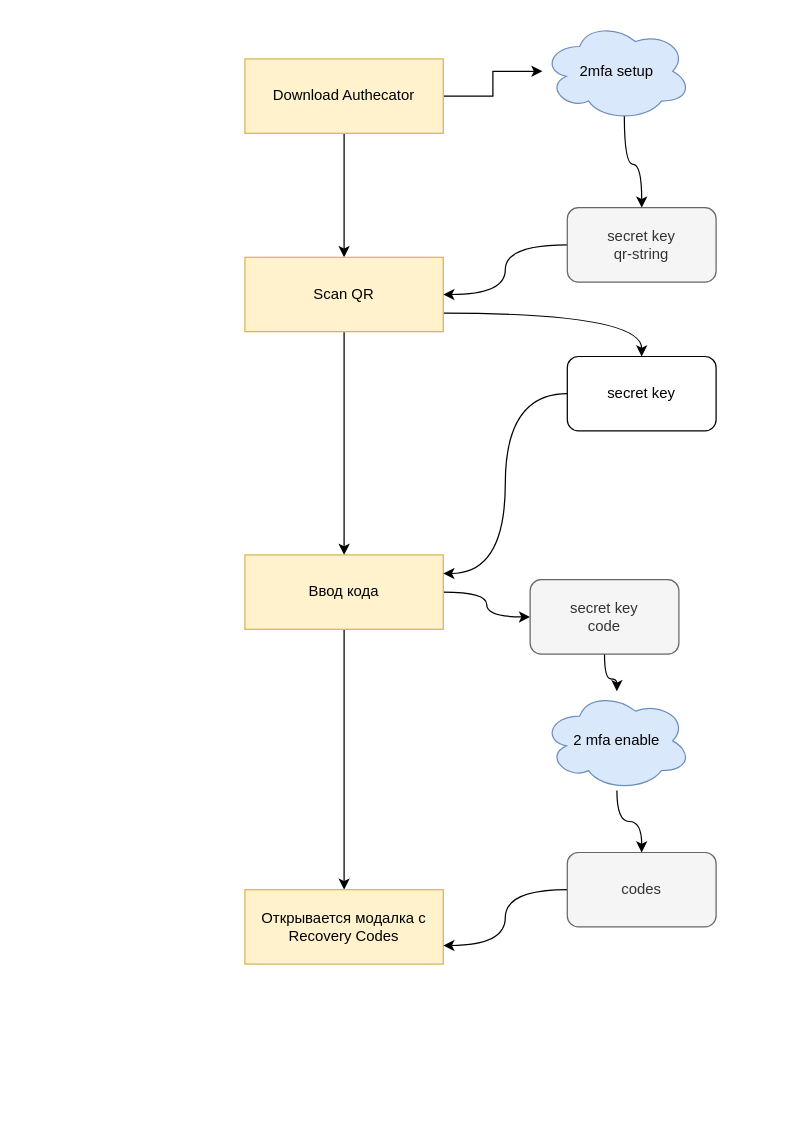
The draw.io diagram page "flow 2FA" (2 of 2) of NG.drawio in Leonif/diagrams, before the edit. Source tidied: cells renumbered, new cells numbered last; positions are measured from the earlier drawing's top-left corner, leaving out a move shared by most shapes. Both pictures are drawn from the tidied source at 124%, with x=0, y=0 at pixel (244, 21).
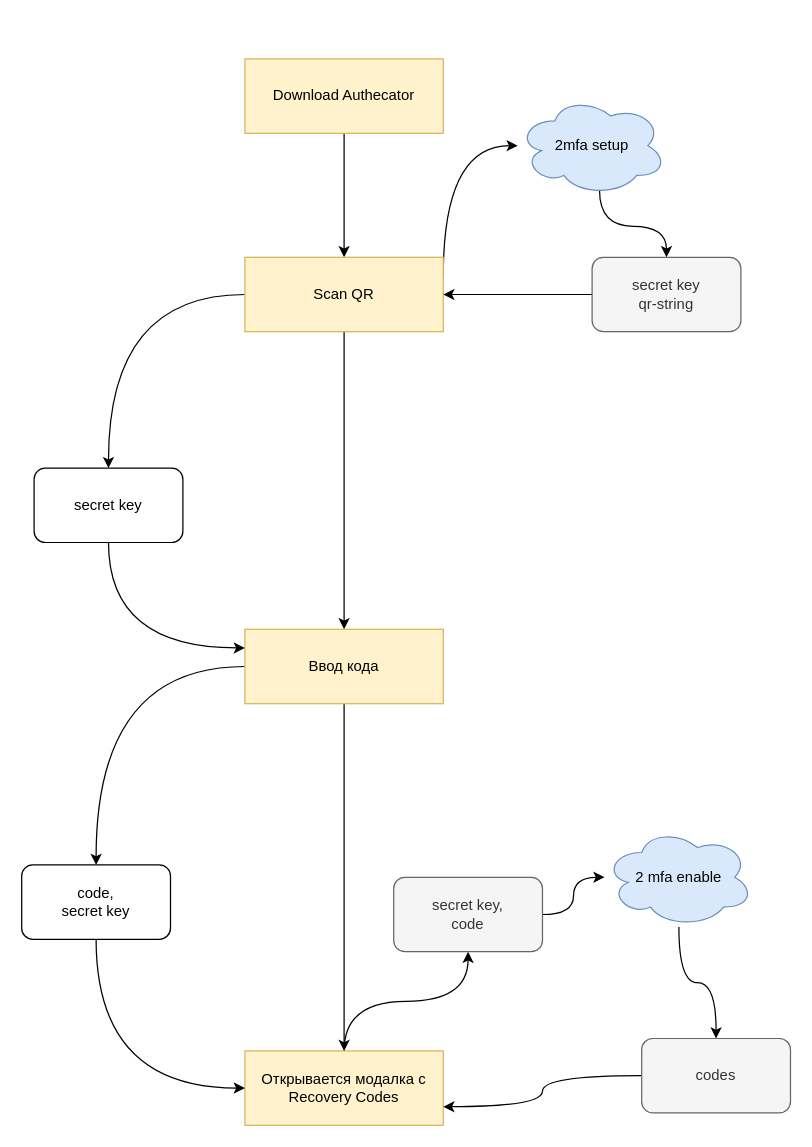
The same diagram, later.

The change refers to these unchanged cells:
```xml
<mxCell id="4" value="Download Authecator" style="rounded=0;whiteSpace=wrap;html=1;fillColor=#fff2cc;strokeColor=#d6b656;" parent="1" vertex="1">
  <mxGeometry y="30" width="160" height="60" as="geometry" />
</mxCell>
<mxCell id="7" value="Scan QR" style="rounded=0;whiteSpace=wrap;html=1;fillColor=#fff2cc;strokeColor=#d6b656;" parent="1" vertex="1">
  <mxGeometry y="190" width="160" height="60" as="geometry" />
</mxCell>
```

The edit, as a diff of the source:
```diff
@@
-    <mxCell id="3" style="edgeStyle=orthogonalEdgeStyle;rounded=0;jettySize=auto;html=1;" parent="1" edge="1" source="4" target="13">
-      <mxGeometry relative="1" as="geometry" />
+    <mxCell id="3" style="edgeStyle=orthogonalEdgeStyle;rounded=0;jettySize=auto;html=1;exitX=1;exitY=0.25;exitDx=0;exitDy=0;curved=1;" parent="1" edge="1" source="7" target="13">
+      <mxGeometry relative="1" as="geometry">
+        <Array as="points">
+          <mxPoint x="160" y="100" />
+        </Array>
+      </mxGeometry>
     </mxCell>
@@
-    <mxCell id="6" style="edgeStyle=orthogonalEdgeStyle;curved=1;rounded=0;jettySize=auto;html=1;exitX=1;exitY=0.75;exitDx=0;exitDy=0;entryX=0.5;entryY=0;entryDx=0;entryDy=0;" parent="1" edge="1" source="7" target="17">
+    <mxCell id="6" style="edgeStyle=orthogonalEdgeStyle;curved=1;rounded=0;jettySize=auto;html=1;entryX=0.5;entryY=0;entryDx=0;entryDy=0;" parent="1" edge="1" source="7" target="17">
       <mxGeometry relative="1" as="geometry" />
     </mxCell>
@@
-    <mxCell id="9" style="edgeStyle=orthogonalEdgeStyle;curved=1;rounded=0;jettySize=auto;html=1;entryX=0;entryY=0.5;entryDx=0;entryDy=0;" parent="1" edge="1" source="10" target="19">
-      <mxGeometry relative="1" as="geometry" />
-    </mxCell>
+    <mxCell id="24" style="edgeStyle=orthogonalEdgeStyle;curved=1;rounded=0;jettySize=auto;html=1;entryX=0.5;entryY=0;entryDx=0;entryDy=0;" parent="1" edge="1" source="10" target="28">
+      <mxGeometry relative="1" as="geometry" />
+    </mxCell>
     <mxCell id="10" value="Ввод кода" style="rounded=0;whiteSpace=wrap;html=1;fillColor=#fff2cc;strokeColor=#d6b656;" parent="1" vertex="1">
-      <mxGeometry y="430" width="160" height="60" as="geometry" />
+      <mxGeometry y="490" width="160" height="60" as="geometry" />
     </mxCell>
+    <mxCell id="25" style="edgeStyle=orthogonalEdgeStyle;curved=1;rounded=0;jettySize=auto;html=1;" parent="1" edge="1" source="11" target="19">
+      <mxGeometry relative="1" as="geometry" />
+    </mxCell>
     <mxCell id="11" value="Открывается модалка с Recovery Codes" style="whiteSpace=wrap;html=1;rounded=0;fillColor=#fff2cc;strokeColor=#d6b656;" parent="1" vertex="1">
-      <mxGeometry y="700" width="160" height="60" as="geometry" />
+      <mxGeometry y="830" width="160" height="60" as="geometry" />
     </mxCell>
@@
     <mxCell id="13" value="2mfa setup" style="ellipse;shape=cloud;whiteSpace=wrap;html=1;rounded=0;fillColor=#dae8fc;strokeColor=#6c8ebf;" parent="1" vertex="1">
-      <mxGeometry x="240" width="120" height="80" as="geometry" />
+      <mxGeometry x="220" y="60" width="120" height="80" as="geometry" />
     </mxCell>
@@
     <mxCell id="15" value="&lt;div&gt;secret key&lt;/div&gt;&lt;div&gt;qr-string&lt;br&gt;&lt;/div&gt;" style="rounded=1;whiteSpace=wrap;html=1;fillColor=#f5f5f5;strokeColor=#666666;fontColor=#333333;" parent="1" vertex="1">
-      <mxGeometry x="260" y="150" width="120" height="60" as="geometry" />
+      <mxGeometry x="280" y="190" width="120" height="60" as="geometry" />
     </mxCell>
-    <mxCell id="16" style="edgeStyle=orthogonalEdgeStyle;curved=1;rounded=0;jettySize=auto;html=1;entryX=1;entryY=0.25;entryDx=0;entryDy=0;" parent="1" edge="1" source="17" target="10">
+    <mxCell id="16" style="edgeStyle=orthogonalEdgeStyle;curved=1;rounded=0;jettySize=auto;html=1;entryX=0;entryY=0.25;entryDx=0;entryDy=0;exitX=0.5;exitY=1;exitDx=0;exitDy=0;" parent="1" edge="1" source="17" target="10">
       <mxGeometry relative="1" as="geometry" />
     </mxCell>
     <mxCell id="17" value="secret key" style="rounded=1;whiteSpace=wrap;html=1;" parent="1" vertex="1">
-      <mxGeometry x="260" y="270" width="120" height="60" as="geometry" />
+      <mxGeometry x="-170" y="360" width="120" height="60" as="geometry" />
     </mxCell>
@@
-    <mxCell id="19" value="&lt;div&gt;secret key&lt;/div&gt;&lt;div&gt;code&lt;br&gt;&lt;/div&gt;" style="rounded=1;whiteSpace=wrap;html=1;fillColor=#f5f5f5;strokeColor=#666666;fontColor=#333333;" parent="1" vertex="1">
-      <mxGeometry x="230" y="450" width="120" height="60" as="geometry" />
+    <mxCell id="19" value="&lt;div&gt;secret key,&lt;/div&gt;&lt;div&gt;code&lt;br&gt;&lt;/div&gt;" style="rounded=1;whiteSpace=wrap;html=1;fillColor=#f5f5f5;strokeColor=#666666;fontColor=#333333;" parent="1" vertex="1">
+      <mxGeometry x="120" y="690" width="120" height="60" as="geometry" />
     </mxCell>
@@
     <mxCell id="21" value="2 mfa enable" style="ellipse;shape=cloud;whiteSpace=wrap;html=1;rounded=1;fillColor=#dae8fc;strokeColor=#6c8ebf;" parent="1" vertex="1">
-      <mxGeometry x="240" y="540" width="120" height="80" as="geometry" />
+      <mxGeometry x="290" y="650" width="120" height="80" as="geometry" />
     </mxCell>
@@
     <mxCell id="23" value="codes" style="rounded=1;whiteSpace=wrap;html=1;fillColor=#f5f5f5;strokeColor=#666666;fontColor=#333333;" parent="1" vertex="1">
-      <mxGeometry x="260" y="670" width="120" height="60" as="geometry" />
+      <mxGeometry x="320" y="820" width="120" height="60" as="geometry" />
     </mxCell>
+    <mxCell id="26" style="edgeStyle=orthogonalEdgeStyle;curved=1;rounded=0;orthogonalLoop=1;jettySize=auto;html=1;exitX=0.5;exitY=1;exitDx=0;exitDy=0;" parent="1" edge="1" source="19" target="19">
+      <mxGeometry relative="1" as="geometry" />
+    </mxCell>
+    <mxCell id="27" style="edgeStyle=orthogonalEdgeStyle;curved=1;rounded=0;jettySize=auto;html=1;entryX=0;entryY=0.5;entryDx=0;entryDy=0;exitX=0.5;exitY=1;exitDx=0;exitDy=0;" parent="1" edge="1" source="28" target="11">
+      <mxGeometry relative="1" as="geometry" />
+    </mxCell>
+    <mxCell id="28" value="&lt;div&gt;code, &lt;br&gt;&lt;/div&gt;&lt;div&gt;secret key&lt;/div&gt;" style="rounded=1;whiteSpace=wrap;html=1;" parent="1" vertex="1">
+      <mxGeometry x="-180" y="680" width="120" height="60" as="geometry" />
+    </mxCell>
```
